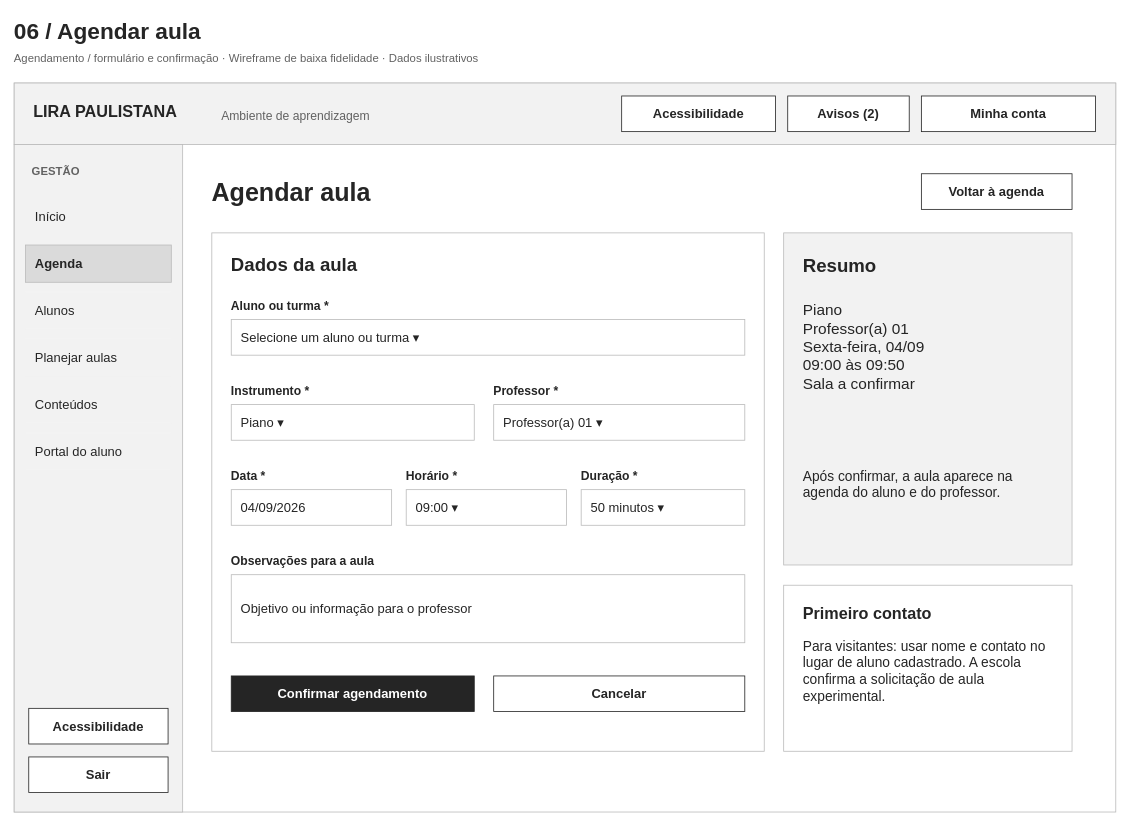
Before: page "06 · Agendar aula" (6 of 11) of Documentacao/WireFrame_Lira.drawio in projetoLiraGrupo/FrontEnd, a draw.io diagram. Source tidied: cells renumbered, new cells numbered last; positions are measured from the earlier drawing's top-left corner, leaving out a move shared by most shapes. Both pictures are drawn from the tidied source at 81%, with x=0, y=0 at pixel (14, 14).
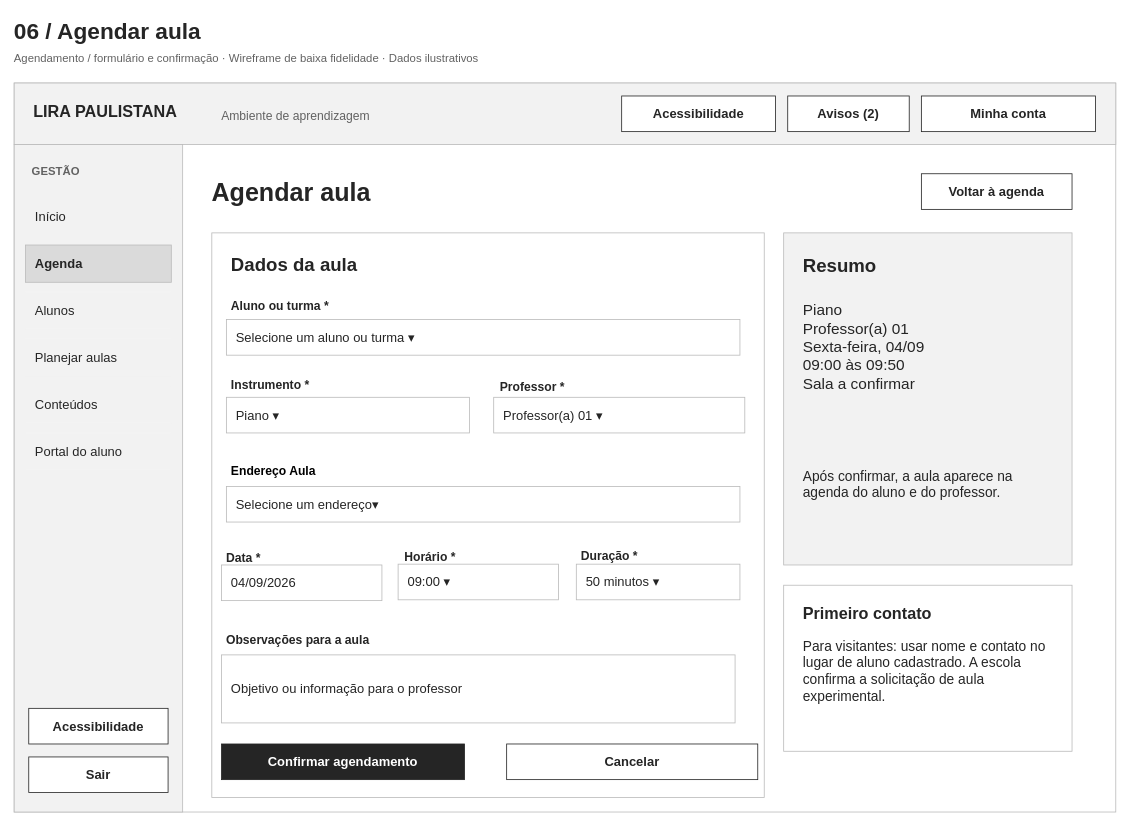
The same page after the edit.

Commit message (it also covers changes not shown here):
alteracao wireframe

The edit, as a diff of the source:
```diff
@@
     <mxCell id="23" style="rounded=0;whiteSpace=wrap;html=0;fontFamily=Arial;fontSize=17;fontColor=#252525;fontStyle=0;align=left;verticalAlign=middle;spacing=12;strokeWidth=1;fillColor=#FFFFFF;strokeColor=#BBBBBB;" parent="1" vertex="1">
-      <mxGeometry x="244" y="270" width="682" height="640" as="geometry" />
+      <mxGeometry x="244" y="270" width="682" height="697" as="geometry" />
     </mxCell>
@@
     <mxCell id="27" value="Selecione um aluno ou turma  ▾" style="rounded=0;whiteSpace=wrap;html=0;fontFamily=Arial;fontSize=16;fontColor=#252525;fontStyle=0;align=left;verticalAlign=middle;spacing=12;strokeWidth=1;fillColor=#FFFFFF;strokeColor=#BBBBBB;" parent="1" vertex="1">
-      <mxGeometry x="268" y="377" width="634" height="44" as="geometry" />
+      <mxGeometry x="262" y="377" width="634" height="44" as="geometry" />
     </mxCell>
     <mxCell id="28" value="Instrumento *" style="rounded=0;whiteSpace=wrap;html=0;fontFamily=Arial;fontSize=15;fontColor=#252525;fontStyle=1;align=left;verticalAlign=middle;spacing=12;strokeWidth=1;fillColor=#FFFFFF;strokeColor=#BBBBBB;text;fillColor=none;strokeColor=none;spacing=0;" parent="1" vertex="1">
-      <mxGeometry x="268" y="452" width="300" height="22" as="geometry" />
+      <mxGeometry x="268" y="444" width="300" height="22" as="geometry" />
     </mxCell>
     <mxCell id="29" value="Piano  ▾" style="rounded=0;whiteSpace=wrap;html=0;fontFamily=Arial;fontSize=16;fontColor=#252525;fontStyle=0;align=left;verticalAlign=middle;spacing=12;strokeWidth=1;fillColor=#FFFFFF;strokeColor=#BBBBBB;" parent="1" vertex="1">
-      <mxGeometry x="268" y="482" width="300" height="44" as="geometry" />
+      <mxGeometry x="262" y="473" width="300" height="44" as="geometry" />
     </mxCell>
     <mxCell id="30" value="Professor *" style="rounded=0;whiteSpace=wrap;html=0;fontFamily=Arial;fontSize=15;fontColor=#252525;fontStyle=1;align=left;verticalAlign=middle;spacing=12;strokeWidth=1;fillColor=#FFFFFF;strokeColor=#BBBBBB;text;fillColor=none;strokeColor=none;spacing=0;" parent="1" vertex="1">
-      <mxGeometry x="592" y="452" width="310" height="22" as="geometry" />
+      <mxGeometry x="600" y="447" width="310" height="22" as="geometry" />
     </mxCell>
     <mxCell id="31" value="Professor(a) 01  ▾" style="rounded=0;whiteSpace=wrap;html=0;fontFamily=Arial;fontSize=16;fontColor=#252525;fontStyle=0;align=left;verticalAlign=middle;spacing=12;strokeWidth=1;fillColor=#FFFFFF;strokeColor=#BBBBBB;" parent="1" vertex="1">
-      <mxGeometry x="592" y="482" width="310" height="44" as="geometry" />
+      <mxGeometry x="592" y="473" width="310" height="44" as="geometry" />
     </mxCell>
     <mxCell id="32" value="Data *" style="rounded=0;whiteSpace=wrap;html=0;fontFamily=Arial;fontSize=15;fontColor=#252525;fontStyle=1;align=left;verticalAlign=middle;spacing=12;strokeWidth=1;fillColor=#FFFFFF;strokeColor=#BBBBBB;text;fillColor=none;strokeColor=none;spacing=0;" parent="1" vertex="1">
-      <mxGeometry x="268" y="557" width="198" height="22" as="geometry" />
+      <mxGeometry x="262" y="658" width="198" height="22" as="geometry" />
     </mxCell>
     <mxCell id="33" value="04/09/2026" style="rounded=0;whiteSpace=wrap;html=0;fontFamily=Arial;fontSize=16;fontColor=#252525;fontStyle=0;align=left;verticalAlign=middle;spacing=12;strokeWidth=1;fillColor=#FFFFFF;strokeColor=#BBBBBB;" parent="1" vertex="1">
-      <mxGeometry x="268" y="587" width="198" height="44" as="geometry" />
+      <mxGeometry x="256" y="680" width="198" height="44" as="geometry" />
     </mxCell>
     <mxCell id="34" value="Horário *" style="rounded=0;whiteSpace=wrap;html=0;fontFamily=Arial;fontSize=15;fontColor=#252525;fontStyle=1;align=left;verticalAlign=middle;spacing=12;strokeWidth=1;fillColor=#FFFFFF;strokeColor=#BBBBBB;text;fillColor=none;strokeColor=none;spacing=0;" parent="1" vertex="1">
-      <mxGeometry x="484" y="557" width="198" height="22" as="geometry" />
+      <mxGeometry x="482" y="657" width="198" height="22" as="geometry" />
     </mxCell>
     <mxCell id="35" value="09:00  ▾" style="rounded=0;whiteSpace=wrap;html=0;fontFamily=Arial;fontSize=16;fontColor=#252525;fontStyle=0;align=left;verticalAlign=middle;spacing=12;strokeWidth=1;fillColor=#FFFFFF;strokeColor=#BBBBBB;" parent="1" vertex="1">
-      <mxGeometry x="484" y="587" width="198" height="44" as="geometry" />
+      <mxGeometry x="474" y="679" width="198" height="44" as="geometry" />
     </mxCell>
     <mxCell id="36" value="Duração *" style="rounded=0;whiteSpace=wrap;html=0;fontFamily=Arial;fontSize=15;fontColor=#252525;fontStyle=1;align=left;verticalAlign=middle;spacing=12;strokeWidth=1;fillColor=#FFFFFF;strokeColor=#BBBBBB;text;fillColor=none;strokeColor=none;spacing=0;" parent="1" vertex="1">
-      <mxGeometry x="700" y="557" width="202" height="22" as="geometry" />
+      <mxGeometry x="700" y="655" width="202" height="22" as="geometry" />
     </mxCell>
     <mxCell id="37" value="50 minutos  ▾" style="rounded=0;whiteSpace=wrap;html=0;fontFamily=Arial;fontSize=16;fontColor=#252525;fontStyle=0;align=left;verticalAlign=middle;spacing=12;strokeWidth=1;fillColor=#FFFFFF;strokeColor=#BBBBBB;" parent="1" vertex="1">
-      <mxGeometry x="700" y="587" width="202" height="44" as="geometry" />
+      <mxGeometry x="694" y="679" width="202" height="44" as="geometry" />
     </mxCell>
     <mxCell id="38" value="Observações para a aula" style="rounded=0;whiteSpace=wrap;html=0;fontFamily=Arial;fontSize=15;fontColor=#252525;fontStyle=1;align=left;verticalAlign=middle;spacing=12;strokeWidth=1;fillColor=#FFFFFF;strokeColor=#BBBBBB;text;fillColor=none;strokeColor=none;spacing=0;" parent="1" vertex="1">
-      <mxGeometry x="268" y="662" width="634" height="22" as="geometry" />
+      <mxGeometry x="262" y="759" width="634" height="22" as="geometry" />
     </mxCell>
     <mxCell id="39" value="Objetivo ou informação para o professor" style="rounded=0;whiteSpace=wrap;html=0;fontFamily=Arial;fontSize=16;fontColor=#252525;fontStyle=0;align=left;verticalAlign=middle;spacing=12;strokeWidth=1;fillColor=#FFFFFF;strokeColor=#BBBBBB;" parent="1" vertex="1">
-      <mxGeometry x="268" y="692" width="634" height="84" as="geometry" />
+      <mxGeometry x="256" y="791" width="634" height="84" as="geometry" />
     </mxCell>
     <mxCell id="40" value="Confirmar agendamento" style="rounded=0;whiteSpace=wrap;html=0;fontFamily=Arial;fontSize=16;fontColor=#FFFFFF;fontStyle=1;align=center;verticalAlign=middle;spacing=12;strokeWidth=1;fillColor=#252525;strokeColor=#252525;" parent="1" vertex="1">
-      <mxGeometry x="268" y="817" width="300" height="44" as="geometry" />
+      <mxGeometry x="256" y="901" width="300" height="44" as="geometry" />
     </mxCell>
     <mxCell id="41" value="Cancelar" style="rounded=0;whiteSpace=wrap;html=0;fontFamily=Arial;fontSize=16;fontColor=#252525;fontStyle=1;align=center;verticalAlign=middle;spacing=12;strokeWidth=1;fillColor=#FFFFFF;strokeColor=#252525;" parent="1" vertex="1">
-      <mxGeometry x="592" y="817" width="310" height="44" as="geometry" />
+      <mxGeometry x="608" y="901" width="310" height="44" as="geometry" />
     </mxCell>
@@
+    <mxCell id="48" value="Selecione um endereço▾" style="rounded=0;whiteSpace=wrap;html=0;fontFamily=Arial;fontSize=16;fontColor=#252525;fontStyle=0;align=left;verticalAlign=middle;spacing=12;strokeWidth=1;fillColor=#FFFFFF;strokeColor=#BBBBBB;" parent="1" vertex="1">
+      <mxGeometry x="262" y="583" width="634" height="44" as="geometry" />
+    </mxCell>
+    <mxCell id="49" value="Endereço Aula" style="rounded=0;whiteSpace=wrap;html=0;fontFamily=Arial;fontSize=15;fontColor=#000000;fontStyle=1;align=left;verticalAlign=middle;spacing=12;strokeWidth=1;fillColor=#FFFFFF;strokeColor=#BBBBBB;text;fillColor=none;strokeColor=none;spacing=0;" parent="1" vertex="1">
+      <mxGeometry x="268" y="550" width="634" height="22" as="geometry" />
+    </mxCell>
```
